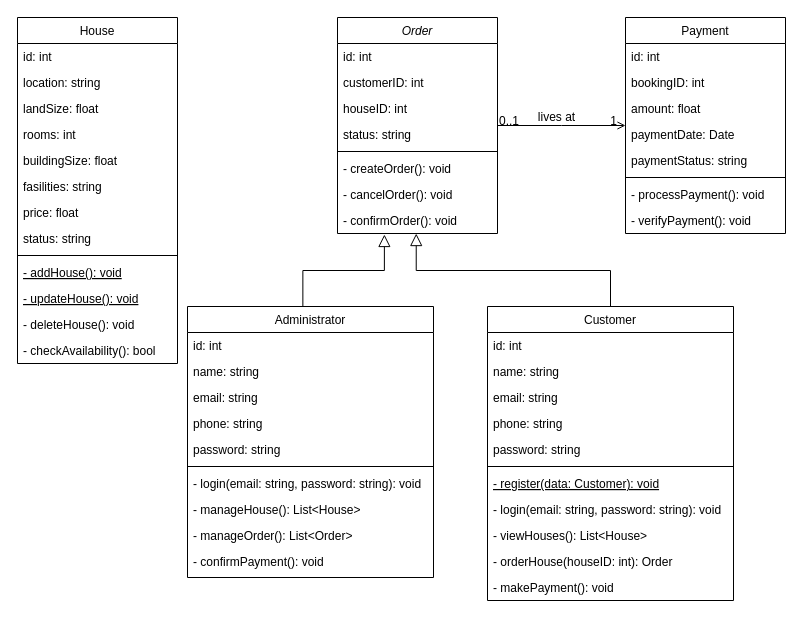
The draw.io diagram final-exam-class-diagram.drawio in caturprasatya/TP-UML, before the edit. Source tidied: cells renumbered, new cells numbered last; positions are measured from the earlier drawing's top-left corner, leaving out a move shared by most shapes. Both pictures are drawn from the tidied source at 100%, with x=0, y=0 at pixel (17, 17).
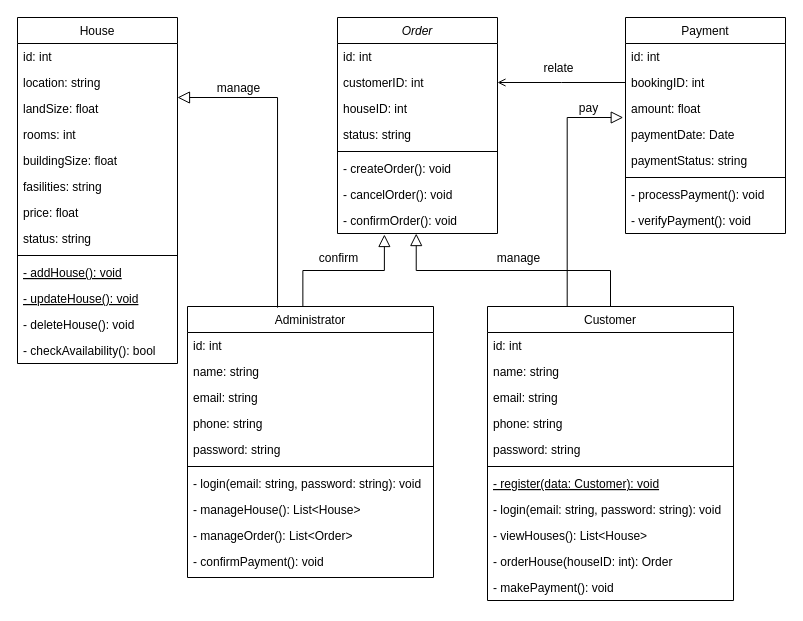
Above is the later version.

The change refers to these unchanged cells:
```xml
<mxCell id="2" value="Order" style="swimlane;fontStyle=2;align=center;verticalAlign=top;horizontal=1;startSize=26;rounded=0;shadow=0;strokeWidth=1;" parent="1" vertex="1">
  <mxGeometry x="320" width="160" height="216" as="geometry" />
</mxCell>
<mxCell id="4" value="customerID: int" style="text;align=left;verticalAlign=top;spacingLeft=4;spacingRight=4;overflow=hidden;points=[[0,0.5],[1,0.5]];portConstraint=eastwest;rounded=0;shadow=0;html=0;" parent="2" vertex="1">
  <mxGeometry y="52" width="160" height="26" as="geometry" />
</mxCell>
<mxCell id="13" value="Payment" style="swimlane;fontStyle=0;align=center;verticalAlign=top;horizontal=1;startSize=26;rounded=0;shadow=0;strokeWidth=1;" parent="1" vertex="1">
  <mxGeometry x="608" width="160" height="216" as="geometry" />
</mxCell>
<mxCell id="15" value="bookingID: int" style="text;align=left;verticalAlign=top;spacingLeft=4;spacingRight=4;overflow=hidden;points=[[0,0.5],[1,0.5]];portConstraint=eastwest;rounded=0;shadow=0;html=0;" parent="13" vertex="1">
  <mxGeometry y="52" width="160" height="26" as="geometry" />
</mxCell>
<mxCell id="16" value="amount: float" style="text;align=left;verticalAlign=top;spacingLeft=4;spacingRight=4;overflow=hidden;points=[[0,0.5],[1,0.5]];portConstraint=eastwest;rounded=0;shadow=0;html=0;" parent="13" vertex="1">
  <mxGeometry y="78" width="160" height="26" as="geometry" />
</mxCell>
<mxCell id="29" value="landSize: float" style="text;align=left;verticalAlign=top;spacingLeft=4;spacingRight=4;overflow=hidden;points=[[0,0.5],[1,0.5]];portConstraint=eastwest;rounded=0;shadow=0;html=0;" parent="26" vertex="1">
  <mxGeometry y="78" width="160" height="26" as="geometry" />
</mxCell>
<mxCell id="40" value="Customer" style="swimlane;fontStyle=0;align=center;verticalAlign=top;horizontal=1;startSize=26;rounded=0;shadow=0;strokeWidth=1;" parent="1" vertex="1">
  <mxGeometry x="470" y="289" width="246" height="294" as="geometry" />
</mxCell>
<mxCell id="52" value="Administrator" style="swimlane;fontStyle=0;align=center;verticalAlign=top;horizontal=1;startSize=26;rounded=0;shadow=0;strokeWidth=1;" parent="1" vertex="1">
  <mxGeometry x="170" y="289" width="246" height="271" as="geometry" />
</mxCell>
```

Change to the diagram source:
```diff
@@
-    <mxCell id="22" style="endArrow=open;shadow=0;strokeWidth=1;rounded=0;curved=0;endFill=1;edgeStyle=elbowEdgeStyle;elbow=vertical;" parent="1" edge="1" source="2" target="13">
+    <mxCell id="22" style="endArrow=open;shadow=0;strokeWidth=1;rounded=0;curved=0;endFill=1;edgeStyle=elbowEdgeStyle;elbow=horizontal;entryX=1;entryY=0.5;entryDx=0;entryDy=0;exitX=0;exitY=0.5;exitDx=0;exitDy=0;" parent="1" edge="1" source="15" target="4">
       <mxGeometry x="0.5" y="41" relative="1" as="geometry">
         <mxPoint x="-40" y="32" as="offset" />
       </mxGeometry>
     </mxCell>
-    <mxCell id="23" value="0..1" style="align=left;verticalAlign=bottom;labelBackgroundColor=none;fontSize=12;" parent="22" vertex="1">
-      <mxGeometry x="-1" relative="1" as="geometry">
-        <mxPoint y="4" as="offset" />
-      </mxGeometry>
-    </mxCell>
-    <mxCell id="24" value="1" style="align=right;verticalAlign=bottom;labelBackgroundColor=none;fontSize=12;" parent="22" vertex="1">
-      <mxGeometry x="1" relative="1" as="geometry">
-        <mxPoint x="-7" y="4" as="offset" />
-      </mxGeometry>
-    </mxCell>
-    <mxCell id="25" value="lives at" style="text;html=1;align=center;verticalAlign=middle;labelBackgroundColor=none;rounded=0;shadow=0;strokeWidth=1;fontSize=12;" parent="22" vertex="1">
+    <mxCell id="25" value="relate" style="text;html=1;align=center;verticalAlign=middle;labelBackgroundColor=none;rounded=0;shadow=0;strokeWidth=1;fontSize=12;" parent="22" vertex="1">
       <mxGeometry x="0.5" y="49" relative="1" as="geometry">
-        <mxPoint x="-38" y="40" as="offset" />
+        <mxPoint x="28" y="-64" as="offset" />
       </mxGeometry>
     </mxCell>
+    <mxCell id="63" value="manage" style="text;html=1;align=center;verticalAlign=middle;labelBackgroundColor=none;rounded=0;shadow=0;strokeWidth=1;fontSize=12;" parent="22" vertex="1">
+      <mxGeometry x="0.5" y="49" relative="1" as="geometry">
+        <mxPoint x="-292" y="-44" as="offset" />
+      </mxGeometry>
+    </mxCell>
+    <mxCell id="64" value="pay" style="text;html=1;align=center;verticalAlign=middle;labelBackgroundColor=none;rounded=0;shadow=0;strokeWidth=1;fontSize=12;" parent="22" vertex="1">
+      <mxGeometry x="0.5" y="49" relative="1" as="geometry">
+        <mxPoint x="58" y="-24" as="offset" />
+      </mxGeometry>
+    </mxCell>
+    <mxCell id="65" value="manage" style="text;html=1;align=center;verticalAlign=middle;labelBackgroundColor=none;rounded=0;shadow=0;strokeWidth=1;fontSize=12;" parent="22" vertex="1">
+      <mxGeometry x="0.5" y="49" relative="1" as="geometry">
+        <mxPoint x="-12" y="126" as="offset" />
+      </mxGeometry>
+    </mxCell>
+    <mxCell id="66" value="confirm" style="text;html=1;align=center;verticalAlign=middle;labelBackgroundColor=none;rounded=0;shadow=0;strokeWidth=1;fontSize=12;" parent="22" vertex="1">
+      <mxGeometry x="0.5" y="49" relative="1" as="geometry">
+        <mxPoint x="-192" y="126" as="offset" />
+      </mxGeometry>
+    </mxCell>
@@
+    <mxCell id="67" style="endArrow=block;endSize=10;endFill=0;shadow=0;strokeWidth=1;rounded=0;curved=0;edgeStyle=elbowEdgeStyle;elbow=vertical;exitX=0.366;exitY=0.004;exitDx=0;exitDy=0;exitPerimeter=0;entryX=1;entryY=0.077;entryDx=0;entryDy=0;entryPerimeter=0;" parent="1" edge="1" source="52" target="29">
+      <mxGeometry relative="1" as="geometry">
+        <Array as="points">
+          <mxPoint x="210" y="80" />
+        </Array>
+      </mxGeometry>
+    </mxCell>
+    <mxCell id="68" style="endArrow=block;endSize=10;endFill=0;shadow=0;strokeWidth=1;rounded=0;curved=0;edgeStyle=elbowEdgeStyle;elbow=vertical;exitX=0.324;exitY=0.001;exitDx=0;exitDy=0;exitPerimeter=0;entryX=-0.014;entryY=0.831;entryDx=0;entryDy=0;entryPerimeter=0;" parent="1" edge="1" source="40" target="16">
+      <mxGeometry relative="1" as="geometry">
+        <Array as="points">
+          <mxPoint x="550" y="100" />
+        </Array>
+      </mxGeometry>
+    </mxCell>
```
